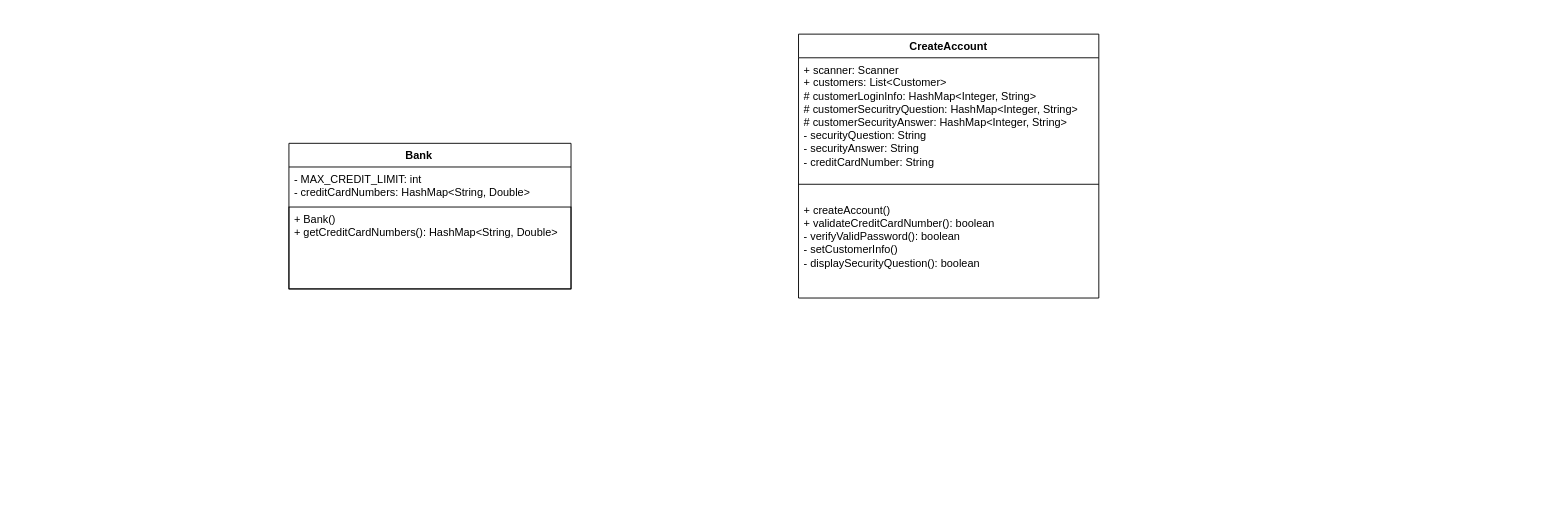
This is Untitled Diagram.drawio from crapeter/UMLs, a draw.io file, before an edit. Source tidied: cells renumbered, new cells numbered last; positions are measured from the earlier drawing's top-left corner, leaving out a move shared by most shapes. Both pictures are drawn from the tidied source at 91%, with x=0, y=0 at pixel (288, 34).
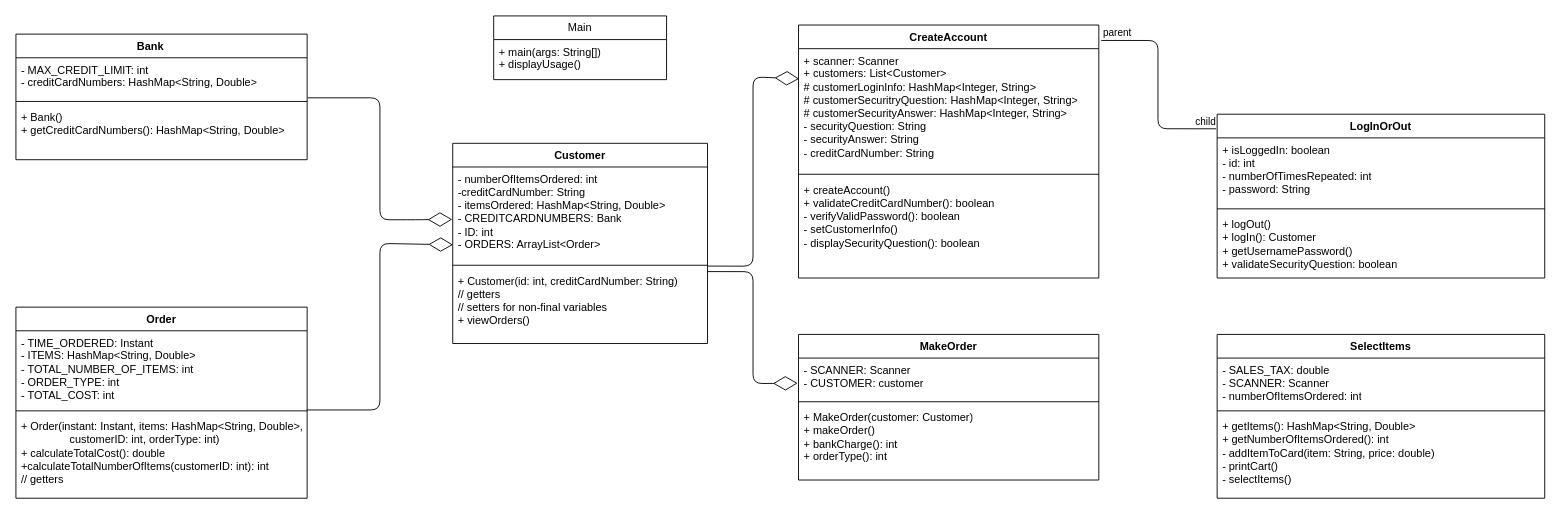
The same page after the edit.

Change to the diagram source:
```diff
@@
-    <mxCell id="2" value="Bank&lt;span style=&quot;white-space: pre;&quot;&gt;&#9;&lt;/span&gt;" style="swimlane;fontStyle=1;align=center;verticalAlign=top;horizontal=1;startSize=26;whiteSpace=wrap;html=1;" parent="1" vertex="1">
-      <mxGeometry y="120" width="310" height="160" as="geometry" />
+    <mxCell id="2" value="Bank&lt;span style=&quot;white-space: pre;&quot;&gt;&#9;&lt;/span&gt;" style="swimlane;fontStyle=1;align=center;verticalAlign=top;horizontal=1;startSize=26;whiteSpace=wrap;html=1;labelBackgroundColor=none;rounded=0;" parent="1" vertex="1">
+      <mxGeometry x="-300" width="320" height="138" as="geometry" />
     </mxCell>
-    <mxCell id="3" value="&lt;div&gt;- MAX_CREDIT_LIMIT: int&lt;/div&gt;&lt;div&gt;- creditCardNumbers: HashMap&amp;lt;String, Double&amp;gt;&lt;br&gt;&lt;/div&gt;" style="text;strokeColor=none;fillColor=none;align=left;verticalAlign=top;spacingLeft=4;spacingRight=4;overflow=hidden;whiteSpace=wrap;html=1;" parent="2" vertex="1">
-      <mxGeometry y="26" width="310" height="44" as="geometry" />
+    <mxCell id="3" value="&lt;div&gt;- MAX_CREDIT_LIMIT: int&lt;/div&gt;&lt;div&gt;- creditCardNumbers: HashMap&amp;lt;String, Double&amp;gt;&lt;br&gt;&lt;/div&gt;" style="text;align=left;verticalAlign=top;spacingLeft=4;spacingRight=4;overflow=hidden;whiteSpace=wrap;html=1;labelBackgroundColor=none;rounded=0;" parent="2" vertex="1">
+      <mxGeometry y="26" width="320" height="44" as="geometry" />
     </mxCell>
+    <mxCell id="9" style="line;strokeWidth=1;fillColor=none;align=left;verticalAlign=middle;spacingTop=-1;spacingLeft=3;spacingRight=3;labelPosition=right;points=[];portConstraint=eastwest;strokeColor=inherit;" parent="2" vertex="1">
+      <mxGeometry y="70" width="320" height="8" as="geometry" />
+    </mxCell>
-    <mxCell id="4" value="&lt;div&gt;+ Bank()&lt;/div&gt;&lt;div&gt;+ getCreditCardNumbers(): HashMap&amp;lt;String, Double&amp;gt;&lt;br&gt;&lt;/div&gt;" style="text;strokeColor=default;fillColor=none;align=left;verticalAlign=top;spacingLeft=4;spacingRight=4;overflow=hidden;whiteSpace=wrap;html=1;" parent="2" vertex="1">
-      <mxGeometry y="70" width="310" height="90" as="geometry" />
+    <mxCell id="4" value="&lt;div&gt;+ Bank()&lt;/div&gt;&lt;div&gt;+ getCreditCardNumbers(): HashMap&amp;lt;String, Double&amp;gt;&lt;br&gt;&lt;/div&gt;" style="text;align=left;verticalAlign=top;spacingLeft=4;spacingRight=4;overflow=hidden;whiteSpace=wrap;html=1;labelBackgroundColor=none;rounded=0;" parent="2" vertex="1">
+      <mxGeometry y="78" width="320" height="60" as="geometry" />
     </mxCell>
-    <mxCell id="5" value="CreateAccount" style="swimlane;fontStyle=1;align=center;verticalAlign=top;horizontal=1;startSize=26;whiteSpace=wrap;html=1;" parent="1" vertex="1">
-      <mxGeometry x="560" width="330" height="290" as="geometry" />
+    <mxCell id="5" value="CreateAccount" style="swimlane;fontStyle=1;align=center;verticalAlign=top;horizontal=1;startSize=26;whiteSpace=wrap;html=1;labelBackgroundColor=none;rounded=0;" parent="1" vertex="1">
+      <mxGeometry x="560" y="-10" width="330" height="278" as="geometry" />
     </mxCell>
-    <mxCell id="6" value="&lt;div&gt;+ scanner: Scanner&lt;/div&gt;&lt;div&gt;+ customers: List&amp;lt;Customer&amp;gt;&lt;/div&gt;&lt;div&gt;# customerLoginInfo: HashMap&amp;lt;Integer, String&amp;gt;&lt;/div&gt;&lt;div&gt;# customerSecuritryQuestion: HashMap&amp;lt;Integer, String&amp;gt;&lt;/div&gt;&lt;div&gt;# customerSecurityAnswer: HashMap&amp;lt;Integer, String&amp;gt;&lt;/div&gt;&lt;div&gt;- securityQuestion: String&lt;/div&gt;&lt;div&gt;- securityAnswer: String&lt;/div&gt;&lt;div&gt;- creditCardNumber: String&lt;br&gt;&lt;/div&gt;" style="text;strokeColor=none;fillColor=none;align=left;verticalAlign=top;spacingLeft=4;spacingRight=4;overflow=hidden;points=[[0,0.5],[1,0.5]];portConstraint=eastwest;whiteSpace=wrap;html=1;" parent="5" vertex="1">
-      <mxGeometry y="26" width="330" height="124" as="geometry" />
+    <mxCell id="6" value="&lt;div&gt;+ scanner: Scanner&lt;/div&gt;&lt;div&gt;+ customers: List&amp;lt;Customer&amp;gt;&lt;/div&gt;&lt;div&gt;# customerLoginInfo: HashMap&amp;lt;Integer, String&amp;gt;&lt;/div&gt;&lt;div&gt;# customerSecuritryQuestion: HashMap&amp;lt;Integer, String&amp;gt;&lt;/div&gt;&lt;div&gt;# customerSecurityAnswer: HashMap&amp;lt;Integer, String&amp;gt;&lt;/div&gt;&lt;div&gt;- securityQuestion: String&lt;/div&gt;&lt;div&gt;- securityAnswer: String&lt;/div&gt;&lt;div&gt;- creditCardNumber: String&lt;br&gt;&lt;/div&gt;" style="text;align=left;verticalAlign=top;spacingLeft=4;spacingRight=4;overflow=hidden;points=[[0,0.5],[1,0.5]];portConstraint=eastwest;whiteSpace=wrap;html=1;labelBackgroundColor=none;rounded=0;" parent="5" vertex="1">
+      <mxGeometry y="26" width="330" height="134" as="geometry" />
     </mxCell>
-    <mxCell id="7" style="line;strokeWidth=1;fillColor=none;align=left;verticalAlign=middle;spacingTop=-1;spacingLeft=3;spacingRight=3;labelPosition=right;strokeColor=inherit;" parent="5" vertex="1">
-      <mxGeometry y="150" width="330" height="30" as="geometry" />
-    </mxCell>
+    <mxCell id="10" style="line;strokeWidth=1;fillColor=none;align=left;verticalAlign=middle;spacingTop=-1;spacingLeft=3;spacingRight=3;labelPosition=right;strokeColor=inherit;" parent="5" vertex="1">
+      <mxGeometry y="160" width="330" height="8" as="geometry" />
+    </mxCell>
-    <mxCell id="8" value="&lt;div&gt;+ createAccount()&lt;/div&gt;&lt;div&gt;+ validateCreditCardNumber(): boolean&lt;/div&gt;&lt;div&gt;- verifyValidPassword(): boolean&lt;/div&gt;&lt;div&gt;- setCustomerInfo()&lt;/div&gt;&lt;div&gt;- displaySecurityQuestion(): boolean&lt;br&gt;&lt;/div&gt;" style="text;strokeColor=none;fillColor=none;align=left;verticalAlign=top;spacingLeft=4;spacingRight=4;overflow=hidden;whiteSpace=wrap;html=1;" parent="5" vertex="1">
-      <mxGeometry y="180" width="330" height="110" as="geometry" />
+    <mxCell id="8" value="&lt;div&gt;+ createAccount()&lt;/div&gt;&lt;div&gt;+ validateCreditCardNumber(): boolean&lt;/div&gt;&lt;div&gt;- verifyValidPassword(): boolean&lt;/div&gt;&lt;div&gt;- setCustomerInfo()&lt;/div&gt;&lt;div&gt;- displaySecurityQuestion(): boolean&lt;br&gt;&lt;/div&gt;" style="text;align=left;verticalAlign=top;spacingLeft=4;spacingRight=4;overflow=hidden;whiteSpace=wrap;html=1;labelBackgroundColor=none;rounded=0;" parent="5" vertex="1">
+      <mxGeometry y="168" width="330" height="110" as="geometry" />
     </mxCell>
+    <mxCell id="11" value="Customer" style="swimlane;fontStyle=1;align=center;verticalAlign=top;horizontal=1;startSize=26;whiteSpace=wrap;html=1;labelBackgroundColor=none;rounded=0;" parent="1" vertex="1">
+      <mxGeometry x="180" y="120" width="280" height="220" as="geometry" />
+    </mxCell>
+    <mxCell id="12" value="&lt;div&gt;- numberOfItemsOrdered: int&lt;/div&gt;&lt;div&gt;-creditCardNumber: String&lt;/div&gt;&lt;div&gt;- itemsOrdered: HashMap&amp;lt;String, Double&amp;gt;&lt;/div&gt;&lt;div&gt;- CREDITCARDNUMBERS: Bank&lt;/div&gt;&lt;div&gt;- ID: int&lt;/div&gt;&lt;div&gt;- ORDERS: ArrayList&amp;lt;Order&amp;gt;&lt;br&gt;&lt;/div&gt;" style="text;align=left;verticalAlign=top;spacingLeft=4;spacingRight=4;overflow=hidden;points=[[0,0.5],[1,0.5]];portConstraint=eastwest;whiteSpace=wrap;html=1;labelBackgroundColor=none;rounded=0;" parent="11" vertex="1">
+      <mxGeometry y="26" width="280" height="104" as="geometry" />
+    </mxCell>
+    <mxCell id="13" style="line;strokeWidth=1;align=left;verticalAlign=middle;spacingTop=-1;spacingLeft=3;spacingRight=3;labelPosition=right;labelBackgroundColor=none;rounded=0;" parent="11" vertex="1">
+      <mxGeometry y="130" width="280" height="8" as="geometry" />
+    </mxCell>
+    <mxCell id="14" value="&lt;div&gt;+ Customer(id: int, creditCardNumber: String)&lt;/div&gt;&lt;div&gt;// getters&lt;/div&gt;&lt;div&gt;// setters for non-final variables&lt;/div&gt;&lt;div&gt;+ viewOrders()&lt;br&gt; &lt;/div&gt;" style="text;align=left;verticalAlign=top;spacingLeft=4;spacingRight=4;overflow=hidden;points=[[0,0.5],[1,0.5]];portConstraint=eastwest;whiteSpace=wrap;html=1;labelBackgroundColor=none;rounded=0;" parent="11" vertex="1">
+      <mxGeometry y="138" width="280" height="82" as="geometry" />
+    </mxCell>
+    <mxCell id="15" value="Order" style="swimlane;fontStyle=1;align=center;verticalAlign=top;horizontal=1;startSize=26;whiteSpace=wrap;html=1;labelBackgroundColor=none;rounded=0;" parent="1" vertex="1">
+      <mxGeometry x="-300" y="300" width="320" height="210" as="geometry" />
+    </mxCell>
+    <mxCell id="16" value="&lt;div&gt;- TIME_ORDERED: Instant&lt;/div&gt;&lt;div&gt;- ITEMS: HashMap&amp;lt;String, Double&amp;gt;&lt;/div&gt;&lt;div&gt;- TOTAL_NUMBER_OF_ITEMS: int&lt;/div&gt;&lt;div&gt;- ORDER_TYPE: int&lt;/div&gt;&lt;div&gt;- TOTAL_COST: int&lt;br&gt;&lt;/div&gt;" style="text;align=left;verticalAlign=top;spacingLeft=4;spacingRight=4;overflow=hidden;whiteSpace=wrap;html=1;labelBackgroundColor=none;rounded=0;" parent="15" vertex="1">
+      <mxGeometry y="26" width="320" height="84" as="geometry" />
+    </mxCell>
+    <mxCell id="17" style="line;strokeWidth=1;align=left;verticalAlign=middle;spacingTop=-1;spacingLeft=3;spacingRight=3;labelPosition=right;points=[];portConstraint=eastwest;labelBackgroundColor=none;rounded=0;" parent="15" vertex="1">
+      <mxGeometry y="110" width="320" height="8" as="geometry" />
+    </mxCell>
+    <mxCell id="18" value="&lt;div&gt;+ Order(instant: Instant, items: HashMap&amp;lt;String, Double&amp;gt;, &lt;span style=&quot;white-space: pre;&quot;&gt;&#9;&lt;/span&gt;&lt;span style=&quot;white-space: pre;&quot;&gt;&#9;&lt;/span&gt;customerID: int, orderType: int)&lt;/div&gt;&lt;div&gt;+ calculateTotalCost(): double&lt;/div&gt;&lt;div&gt;+calculateTotalNumberOfItems(customerID: int): int&lt;/div&gt;&lt;div&gt;// getters&lt;br&gt;&lt;/div&gt;" style="text;align=left;verticalAlign=top;spacingLeft=4;spacingRight=4;overflow=hidden;whiteSpace=wrap;html=1;labelBackgroundColor=none;rounded=0;" parent="15" vertex="1">
+      <mxGeometry y="118" width="320" height="92" as="geometry" />
+    </mxCell>
+    <mxCell id="19" style="endArrow=diamondThin;endFill=0;endSize=24;html=1;exitX=1.002;exitY=0;exitDx=0;exitDy=0;exitPerimeter=0;entryX=-0.002;entryY=0.554;entryDx=0;entryDy=0;entryPerimeter=0;" parent="1" edge="1" source="9" target="12">
+      <mxGeometry relative="1" as="geometry">
+        <Array as="points">
+          <mxPoint x="100" y="70" />
+          <mxPoint x="100" y="204" />
+          <mxPoint x="140" y="204" />
+        </Array>
+      </mxGeometry>
+    </mxCell>
+    <mxCell id="20" style="endArrow=diamondThin;endFill=0;endSize=24;html=1;exitX=0.998;exitY=0.379;exitDx=0;exitDy=0;exitPerimeter=0;entryX=0.001;entryY=0.822;entryDx=0;entryDy=0;entryPerimeter=0;" parent="1" edge="1" source="17" target="12">
+      <mxGeometry relative="1" as="geometry">
+        <Array as="points">
+          <mxPoint x="100" y="413" />
+          <mxPoint x="100" y="230" />
+        </Array>
+      </mxGeometry>
+    </mxCell>
+    <mxCell id="21" style="endArrow=diamondThin;endFill=0;endSize=24;html=1;exitX=1.002;exitY=-0.038;exitDx=0;exitDy=0;exitPerimeter=0;entryX=0.002;entryY=0.247;entryDx=0;entryDy=0;entryPerimeter=0;" parent="1" edge="1" source="14" target="6">
+      <mxGeometry relative="1" as="geometry">
+        <Array as="points">
+          <mxPoint x="510" y="255" />
+          <mxPoint x="510" y="47" />
+        </Array>
+      </mxGeometry>
+    </mxCell>
+    <mxCell id="22" value="LogInOrOut" style="swimlane;fontStyle=1;align=center;verticalAlign=top;horizontal=1;startSize=26;whiteSpace=wrap;html=1;" parent="1" vertex="1">
+      <mxGeometry x="1020" y="88" width="360" height="180" as="geometry" />
+    </mxCell>
+    <mxCell id="23" value="&lt;div&gt;+ isLoggedIn: boolean&lt;/div&gt;&lt;div&gt;- id: int&lt;/div&gt;&lt;div&gt;- numberOfTimesRepeated: int&lt;/div&gt;&lt;div&gt;- password: String&lt;br&gt;&lt;/div&gt;" style="text;align=left;verticalAlign=top;spacingLeft=4;spacingRight=4;overflow=hidden;whiteSpace=wrap;html=1;" parent="22" vertex="1">
+      <mxGeometry y="26" width="360" height="74" as="geometry" />
+    </mxCell>
+    <mxCell id="24" style="line;strokeWidth=1;align=left;verticalAlign=middle;spacingTop=-1;spacingLeft=3;spacingRight=3;labelPosition=right;" parent="22" vertex="1">
+      <mxGeometry y="100" width="360" height="8" as="geometry" />
+    </mxCell>
+    <mxCell id="25" value="&lt;div&gt;+ logOut()&lt;/div&gt;&lt;div&gt;+ logIn(): Customer&lt;/div&gt;&lt;div&gt;+ getUsernamePassword()&lt;/div&gt;&lt;div&gt;+ validateSecurityQuestion: boolean&lt;br&gt;&lt;/div&gt;" style="text;align=left;verticalAlign=top;spacingLeft=4;spacingRight=4;overflow=hidden;whiteSpace=wrap;html=1;" parent="22" vertex="1">
+      <mxGeometry y="108" width="360" height="72" as="geometry" />
+    </mxCell>
+    <mxCell id="26" style="endArrow=none;html=1;edgeStyle=orthogonalEdgeStyle;exitX=1.008;exitY=0.061;exitDx=0;exitDy=0;exitPerimeter=0;entryX=-0.003;entryY=0.089;entryDx=0;entryDy=0;entryPerimeter=0;" parent="1" edge="1" source="5" target="22">
+      <mxGeometry relative="1" as="geometry" />
+    </mxCell>
+    <mxCell id="27" value="parent" style="edgeLabel;html=1;align=left;verticalAlign=bottom;" parent="26" vertex="1">
+      <mxGeometry x="-1" relative="1" as="geometry" />
+    </mxCell>
+    <mxCell id="28" value="child" style="edgeLabel;html=1;align=right;verticalAlign=bottom;" parent="26" vertex="1">
+      <mxGeometry x="1" relative="1" as="geometry" />
+    </mxCell>
+    <mxCell id="29" value="MakeOrder" style="swimlane;fontStyle=1;align=center;verticalAlign=top;horizontal=1;startSize=26;whiteSpace=wrap;html=1;" parent="1" vertex="1">
+      <mxGeometry x="560" y="330" width="330" height="160" as="geometry" />
+    </mxCell>
+    <mxCell id="30" value="&lt;div&gt;- SCANNER: Scanner&lt;/div&gt;&lt;div&gt;- CUSTOMER: customer&lt;br&gt;&lt;/div&gt;" style="text;strokeColor=none;fillColor=none;align=left;verticalAlign=top;spacingLeft=4;spacingRight=4;overflow=hidden;points=[[0,0.5],[1,0.5]];portConstraint=eastwest;whiteSpace=wrap;html=1;" parent="29" vertex="1">
+      <mxGeometry y="26" width="330" height="44" as="geometry" />
+    </mxCell>
+    <mxCell id="31" style="line;strokeWidth=1;fillColor=none;align=left;verticalAlign=middle;spacingTop=-1;spacingLeft=3;spacingRight=3;labelPosition=right;strokeColor=inherit;" parent="29" vertex="1">
+      <mxGeometry y="70" width="330" height="8" as="geometry" />
+    </mxCell>
+    <mxCell id="32" value="&lt;div&gt;+ MakeOrder(customer: Customer)&lt;/div&gt;&lt;div&gt;+ makeOrder()&lt;/div&gt;&lt;div&gt;+ bankCharge(): int&lt;/div&gt;&lt;div&gt;+ orderType(): int&lt;br&gt;&lt;/div&gt;" style="text;strokeColor=none;fillColor=none;align=left;verticalAlign=top;spacingLeft=4;spacingRight=4;overflow=hidden;whiteSpace=wrap;html=1;" parent="29" vertex="1">
+      <mxGeometry y="78" width="330" height="82" as="geometry" />
+    </mxCell>
+    <mxCell id="33" style="endArrow=diamondThin;endFill=0;endSize=24;html=1;entryX=-0.003;entryY=0.628;entryDx=0;entryDy=0;entryPerimeter=0;exitX=1.001;exitY=0.036;exitDx=0;exitDy=0;exitPerimeter=0;" parent="1" edge="1" source="14" target="30">
+      <mxGeometry relative="1" as="geometry">
+        <Array as="points">
+          <mxPoint x="510" y="261" />
+          <mxPoint x="510" y="384" />
+        </Array>
+      </mxGeometry>
+    </mxCell>
+    <mxCell id="34" value="SelectItems" style="swimlane;fontStyle=1;align=center;verticalAlign=top;horizontal=1;startSize=26;whiteSpace=wrap;html=1;" parent="1" vertex="1">
+      <mxGeometry x="1020" y="330" width="360" height="180" as="geometry" />
+    </mxCell>
+    <mxCell id="35" value="&lt;div&gt;- SALES_TAX: double&lt;/div&gt;&lt;div&gt;- SCANNER: Scanner&lt;/div&gt;&lt;div&gt;- numberOfItemsOrdered: int&lt;br&gt;&lt;/div&gt;" style="text;strokeColor=none;fillColor=none;align=left;verticalAlign=top;spacingLeft=4;spacingRight=4;overflow=hidden;whiteSpace=wrap;html=1;" parent="34" vertex="1">
+      <mxGeometry y="26" width="360" height="54" as="geometry" />
+    </mxCell>
+    <mxCell id="36" style="line;strokeWidth=1;fillColor=none;align=left;verticalAlign=middle;spacingTop=-1;spacingLeft=3;spacingRight=3;labelPosition=right;strokeColor=inherit;" parent="34" vertex="1">
+      <mxGeometry y="80" width="360" height="8" as="geometry" />
+    </mxCell>
+    <mxCell id="37" value="&lt;div&gt;+ getItems(): HashMap&amp;lt;String, Double&amp;gt;&lt;/div&gt;&lt;div&gt;+ getNumberOfItemsOrdered(): int&lt;/div&gt;&lt;div&gt;- addItemToCard(item: String, price: double)&lt;/div&gt;&lt;div&gt;- printCart()&lt;/div&gt;&lt;div&gt;- selectItems()&lt;br&gt;&lt;/div&gt;" style="text;strokeColor=none;fillColor=none;align=left;verticalAlign=top;spacingLeft=4;spacingRight=4;overflow=hidden;whiteSpace=wrap;html=1;" parent="34" vertex="1">
+      <mxGeometry y="88" width="360" height="92" as="geometry" />
+    </mxCell>
+    <mxCell id="38" value="Main" style="swimlane;fontStyle=0;horizontal=1;startSize=26;fillColor=none;whiteSpace=wrap;html=1;" parent="1" vertex="1">
+      <mxGeometry x="225" y="-20" width="190" height="70" as="geometry" />
+    </mxCell>
+    <mxCell id="39" value="&lt;div&gt;+ main(args: String[])&lt;/div&gt;&lt;div&gt;+ displayUsage()&lt;br&gt;&lt;/div&gt;" style="text;strokeColor=none;fillColor=none;align=left;verticalAlign=top;spacingLeft=4;spacingRight=4;overflow=hidden;whiteSpace=wrap;html=1;" parent="38" vertex="1">
+      <mxGeometry y="26" width="190" height="44" as="geometry" />
+    </mxCell>
```
